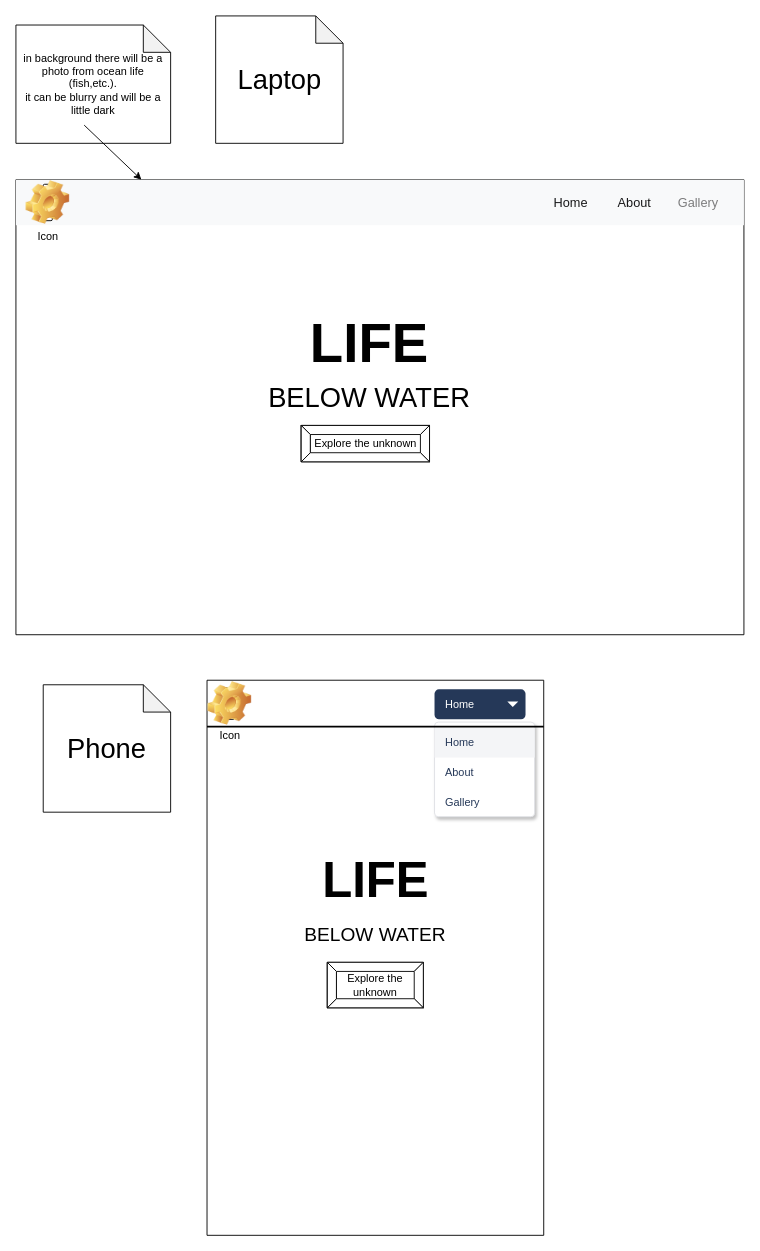
Earlier version of the draw.io diagram wireframes/homePage.drawio (handeedaoz/WDD_GroupQ). Source tidied: cells renumbered, new cells numbered last; positions are measured from the earlier drawing's top-left corner, leaving out a move shared by most shapes. Both pictures are drawn from the tidied source at 91%, with x=0, y=0 at pixel (15, 15).
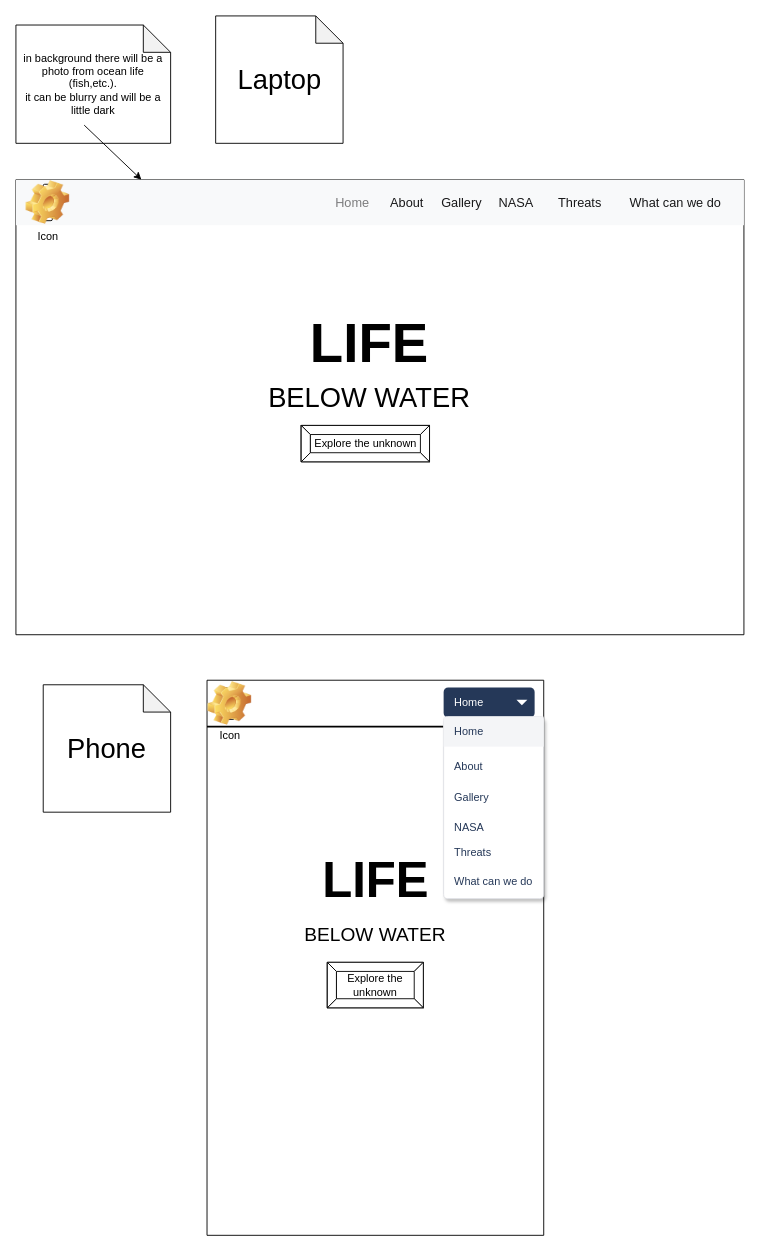
The same page after the edit.

Unchanged cells that the change refers to:
```xml
<mxCell id="2" style="swimlane;startSize=0;" parent="1" vertex="1">
  <mxGeometry y="180" width="800" height="500" as="geometry" />
</mxCell>
<mxCell id="14" style="swimlane;startSize=0;" parent="1" vertex="1">
  <mxGeometry x="210" y="730" width="370" height="610" as="geometry" />
</mxCell>
```

Diff of the diagram source:
```diff
@@
-    <mxCell id="7" style="swimlane;shape=mxgraph.bootstrap.anchor;strokeColor=none;fillColor=none;fontColor=#0085FC;fontStyle=0;horizontal=0;startSize=0;whiteSpace=wrap;html=1;" parent="2" vertex="1">
-      <mxGeometry x="570" y="8.3" width="220" height="33.3" as="geometry" />
-    </mxCell>
+    <mxCell id="11" value="Icon" style="icon;html=1;image=img/clipart/Gear_128x128.png;" parent="2" vertex="1">
+      <mxGeometry x="30" y="5" width="10" height="40" as="geometry" />
+    </mxCell>
+    <mxCell id="28" value="NASA" style="text;strokeColor=none;align=center;verticalAlign=middle;spacingLeft=10;spacingRight=10;whiteSpace=wrap;html=1;fillColor=none;fontColor=#181819;fontSize=14;" parent="2" vertex="1">
+      <mxGeometry x="520" y="8.3" width="60" height="33.3" as="geometry" />
+    </mxCell>
+    <mxCell id="10" value="Gallery" style="text;strokeColor=none;align=center;verticalAlign=middle;spacingLeft=10;spacingRight=10;whiteSpace=wrap;html=1;fillColor=none;fontColor=#181819;fontSize=14;" parent="2" vertex="1">
+      <mxGeometry x="460" y="8.3" width="60" height="33.3" as="geometry" />
+    </mxCell>
+    <mxCell id="9" value="About" style="text;strokeColor=none;align=center;verticalAlign=middle;spacingLeft=10;spacingRight=10;whiteSpace=wrap;html=1;fillColor=none;fontColor=#181819;fontSize=14;" parent="2" vertex="1">
+      <mxGeometry x="400" y="8.3" width="60" height="33.3" as="geometry" />
+    </mxCell>
-    <mxCell id="8" value="Home" style="text;strokeColor=none;align=center;verticalAlign=middle;spacingLeft=10;spacingRight=10;whiteSpace=wrap;html=1;fillColor=none;fontColor=#181819;fontSize=14;" parent="7" vertex="1">
-      <mxGeometry width="80" height="33.3" as="geometry" />
+    <mxCell id="8" value="Home" style="text;strokeColor=none;align=center;verticalAlign=middle;spacingLeft=10;spacingRight=10;whiteSpace=wrap;html=1;fillColor=none;fontColor=#7C7C7D;fontSize=14;" parent="2" vertex="1">
+      <mxGeometry x="330" y="8.3" width="80" height="33.3" as="geometry" />
     </mxCell>
-    <mxCell id="9" value="About" style="text;strokeColor=none;align=center;verticalAlign=middle;spacingLeft=10;spacingRight=10;whiteSpace=wrap;html=1;fillColor=none;fontColor=#181819;fontSize=14;" parent="7" vertex="1">
-      <mxGeometry x="80" width="60" height="33.3" as="geometry" />
-    </mxCell>
-    <mxCell id="10" value="Gallery" style="text;strokeColor=none;align=center;verticalAlign=middle;spacingLeft=10;spacingRight=10;whiteSpace=wrap;html=1;fillColor=none;fontColor=#7C7C7D;fontSize=14;" parent="7" vertex="1">
-      <mxGeometry x="140" width="80" height="33.3" as="geometry" />
-    </mxCell>
-    <mxCell id="11" value="Icon" style="icon;html=1;image=img/clipart/Gear_128x128.png;" parent="2" vertex="1">
-      <mxGeometry x="30" y="5" width="10" height="40" as="geometry" />
-    </mxCell>
+    <mxCell id="29" value="Threats" style="text;strokeColor=none;align=center;verticalAlign=middle;spacingLeft=10;spacingRight=10;whiteSpace=wrap;html=1;fillColor=none;fontColor=#181819;fontSize=14;" parent="2" vertex="1">
+      <mxGeometry x="590" y="8.3" width="60" height="33.3" as="geometry" />
+    </mxCell>
+    <mxCell id="30" value="What can we do" style="text;strokeColor=none;align=center;verticalAlign=middle;spacingLeft=10;spacingRight=10;whiteSpace=wrap;html=1;fillColor=none;fontColor=#181819;fontSize=14;" parent="2" vertex="1">
+      <mxGeometry x="660" y="8.3" width="130" height="33.3" as="geometry" />
+    </mxCell>
@@
-    <mxCell id="15" value="Home" style="rounded=1;fillColor=#253858;strokeColor=none;html=1;fontColor=#ffffff;align=left;fontSize=12;spacingLeft=10;" parent="14" vertex="1">
-      <mxGeometry x="250" y="10" width="100" height="33" as="geometry" />
-    </mxCell>
-    <mxCell id="16" style="shape=triangle;direction=south;fillColor=#ffffff;strokeColor=none;html=1;fontSize=20;" parent="15" vertex="1">
-      <mxGeometry x="1" y="0.5" width="12" height="6" relative="1" as="geometry">
-        <mxPoint x="-20" y="-3" as="offset" />
-      </mxGeometry>
-    </mxCell>
-    <mxCell id="17" style="rounded=1;fillColor=#ffffff;strokeColor=#DFE1E5;shadow=1;html=1;arcSize=4;hachureGap=4;fontFamily=Helvetica;fontSize=20;" parent="14" vertex="1">
-      <mxGeometry x="250" y="46" width="110" height="104" as="geometry" />
-    </mxCell>
-    <mxCell id="18" value="Home" style="rounded=0;fillColor=#F4F5F7;strokeColor=none;shadow=0;html=1;align=left;fontSize=12;spacingLeft=10;fontColor=#253858;" parent="17" vertex="1">
-      <mxGeometry width="110" height="33" relative="1" as="geometry">
-        <mxPoint y="6" as="offset" />
-      </mxGeometry>
-    </mxCell>
-    <mxCell id="19" value="About" style="rounded=0;fillColor=none;strokeColor=none;shadow=0;html=1;align=left;fontSize=12;spacingLeft=10;fontColor=#253858;" parent="17" vertex="1">
-      <mxGeometry width="110" height="33" relative="1" as="geometry">
-        <mxPoint y="39" as="offset" />
-      </mxGeometry>
-    </mxCell>
-    <mxCell id="20" value="Gallery" style="rounded=0;fillColor=none;strokeColor=none;shadow=0;html=1;align=left;fontSize=12;spacingLeft=10;fontColor=#253858;" parent="17" vertex="1">
-      <mxGeometry width="110" height="33" relative="1" as="geometry">
-        <mxPoint y="72" as="offset" />
-      </mxGeometry>
-    </mxCell>
@@
+    <mxCell id="15" value="Home" style="rounded=1;fillColor=#253858;strokeColor=none;html=1;fontColor=#ffffff;align=left;fontSize=12;spacingLeft=10;" parent="14" vertex="1">
+      <mxGeometry x="260" y="8" width="100" height="33" as="geometry" />
+    </mxCell>
+    <mxCell id="31" style="shape=triangle;direction=south;fillColor=#ffffff;strokeColor=none;html=1;fontSize=20;" parent="15" vertex="1">
+      <mxGeometry x="1" y="0.5" width="12" height="6" relative="1" as="geometry">
+        <mxPoint x="-20" y="-3" as="offset" />
+      </mxGeometry>
+    </mxCell>
+    <mxCell id="32" style="rounded=1;fillColor=#ffffff;strokeColor=#DFE1E5;shadow=1;html=1;arcSize=4;hachureGap=4;fontFamily=Helvetica;fontSize=20;" parent="14" vertex="1">
+      <mxGeometry x="260" y="40" width="110" height="200" as="geometry" />
+    </mxCell>
+    <mxCell id="18" value="Home" style="rounded=0;fillColor=#F4F5F7;strokeColor=none;shadow=0;html=1;align=left;fontSize=12;spacingLeft=10;fontColor=#253858;" parent="32" vertex="1">
+      <mxGeometry width="110" height="33" relative="1" as="geometry" />
+    </mxCell>
+    <mxCell id="19" value="About" style="rounded=0;fillColor=none;strokeColor=none;shadow=0;html=1;align=left;fontSize=12;spacingLeft=10;fontColor=#253858;" parent="32" vertex="1">
+      <mxGeometry width="110" height="33" relative="1" as="geometry">
+        <mxPoint y="38" as="offset" />
+      </mxGeometry>
+    </mxCell>
+    <mxCell id="20" value="Gallery" style="rounded=0;fillColor=none;strokeColor=none;shadow=0;html=1;align=left;fontSize=12;spacingLeft=10;fontColor=#253858;" parent="32" vertex="1">
+      <mxGeometry width="110" height="33" relative="1" as="geometry">
+        <mxPoint y="72" as="offset" />
+      </mxGeometry>
+    </mxCell>
+    <mxCell id="33" value="NASA" style="rounded=0;fillColor=none;strokeColor=none;shadow=0;html=1;align=left;fontSize=12;spacingLeft=10;fontColor=#253858;" parent="32" vertex="1">
+      <mxGeometry width="110" height="33" relative="1" as="geometry">
+        <mxPoint y="105" as="offset" />
+      </mxGeometry>
+    </mxCell>
+    <mxCell id="34" value="Threats" style="rounded=0;fillColor=none;strokeColor=none;shadow=0;html=1;align=left;fontSize=12;spacingLeft=10;fontColor=#253858;" parent="32" vertex="1">
+      <mxGeometry y="130" width="110" height="39.1" as="geometry" />
+    </mxCell>
+    <mxCell id="35" value="What can we do" style="rounded=0;fillColor=none;strokeColor=none;shadow=0;html=1;align=left;fontSize=12;spacingLeft=10;fontColor=#253858;" parent="32" vertex="1">
+      <mxGeometry y="162.6" width="110" height="37.4" as="geometry" />
+    </mxCell>
```
